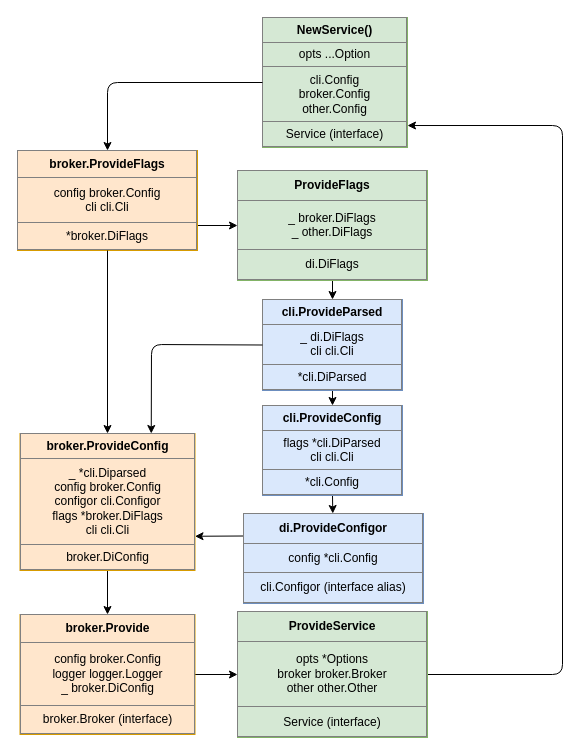
The draw.io diagram docs/wire/new_wire_di.dio in jochumdev/microwire, before the edit. Source tidied: cells renumbered, new cells numbered last; positions are measured from the earlier drawing's top-left corner, leaving out a move shared by most shapes. Both pictures are drawn from the tidied source at 100%, with x=0, y=0 at pixel (17, 17).
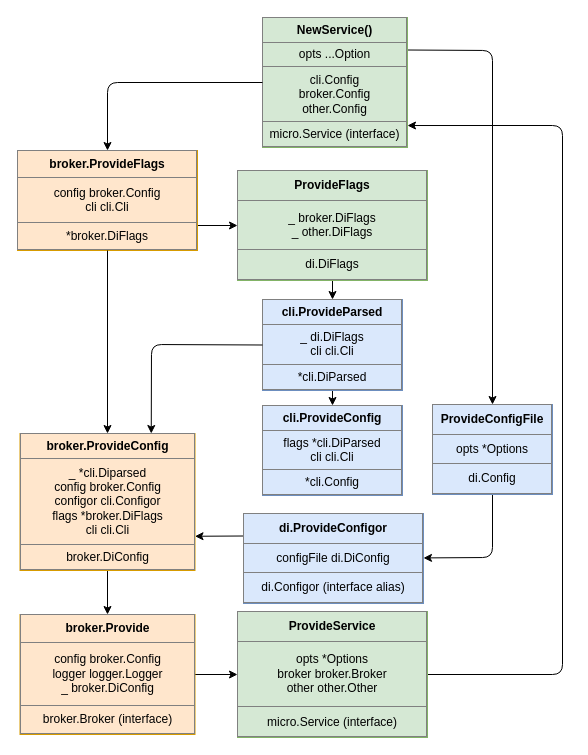
Above is the later version.

Commit message (it also covers changes not shown here):
(docs): Update new_wire Diagram

The edit, as a diff of the source:
```diff
@@
+    <mxCell id="22" style="edgeStyle=none;html=1;exitX=1;exitY=0.25;exitDx=0;exitDy=0;entryX=0.5;entryY=0;entryDx=0;entryDy=0;" parent="1" edge="1" source="2" target="20">
+      <mxGeometry relative="1" as="geometry">
+        <Array as="points">
+          <mxPoint x="475" y="33" />
+        </Array>
+      </mxGeometry>
+    </mxCell>
-    <mxCell id="2" value="&lt;table border=&quot;1&quot; width=&quot;100%&quot; height=&quot;100%&quot; cellpadding=&quot;4&quot; style=&quot;width: 100%; height: 100%; border-collapse: collapse;&quot;&gt;&lt;tbody&gt;&lt;tr&gt;&lt;th align=&quot;center&quot;&gt;&lt;b&gt;NewService()&lt;/b&gt;&lt;/th&gt;&lt;/tr&gt;&lt;tr&gt;&lt;td align=&quot;center&quot;&gt;opts ...Option&lt;/td&gt;&lt;/tr&gt;&lt;tr&gt;&lt;td align=&quot;center&quot;&gt;cli.Config&lt;br&gt;broker.Config&lt;br&gt;other.Config&lt;/td&gt;&lt;/tr&gt;&lt;tr&gt;&lt;td style=&quot;text-align: center;&quot;&gt;Service (interface)&lt;/td&gt;&lt;/tr&gt;&lt;/tbody&gt;&lt;/table&gt;" style="text;html=1;strokeColor=#82b366;fillColor=#d5e8d4;overflow=fill;" parent="1" vertex="1">
+    <mxCell id="2" value="&lt;table border=&quot;1&quot; width=&quot;100%&quot; height=&quot;100%&quot; cellpadding=&quot;4&quot; style=&quot;width: 100%; height: 100%; border-collapse: collapse;&quot;&gt;&lt;tbody&gt;&lt;tr&gt;&lt;th align=&quot;center&quot;&gt;&lt;b&gt;NewService()&lt;/b&gt;&lt;/th&gt;&lt;/tr&gt;&lt;tr&gt;&lt;td align=&quot;center&quot;&gt;opts ...Option&lt;/td&gt;&lt;/tr&gt;&lt;tr&gt;&lt;td align=&quot;center&quot;&gt;cli.Config&lt;br&gt;broker.Config&lt;br&gt;other.Config&lt;/td&gt;&lt;/tr&gt;&lt;tr&gt;&lt;td style=&quot;text-align: center;&quot;&gt;micro.Service (interface)&lt;/td&gt;&lt;/tr&gt;&lt;/tbody&gt;&lt;/table&gt;" style="text;html=1;strokeColor=#82b366;fillColor=#d5e8d4;overflow=fill;" parent="1" vertex="1">
       <mxGeometry x="245" width="145" height="130" as="geometry" />
     </mxCell>
@@
-    <mxCell id="6" value="&lt;table border=&quot;1&quot; width=&quot;100%&quot; height=&quot;100%&quot; cellpadding=&quot;4&quot; style=&quot;width: 100%; height: 100%; border-collapse: collapse;&quot;&gt;&lt;tbody&gt;&lt;tr&gt;&lt;th align=&quot;center&quot;&gt;ProvideService&lt;/th&gt;&lt;/tr&gt;&lt;tr&gt;&lt;td align=&quot;center&quot;&gt;opts *Options&lt;br&gt;broker broker.Broker&lt;br&gt;other other.Other&lt;br&gt;&lt;/td&gt;&lt;/tr&gt;&lt;tr&gt;&lt;td align=&quot;center&quot;&gt;Service (interface)&lt;br&gt;&lt;/td&gt;&lt;/tr&gt;&lt;/tbody&gt;&lt;/table&gt;" style="text;html=1;strokeColor=#82b366;fillColor=#d5e8d4;overflow=fill;" parent="1" vertex="1">
+    <mxCell id="6" value="&lt;table border=&quot;1&quot; width=&quot;100%&quot; height=&quot;100%&quot; cellpadding=&quot;4&quot; style=&quot;width: 100%; height: 100%; border-collapse: collapse;&quot;&gt;&lt;tbody&gt;&lt;tr&gt;&lt;th align=&quot;center&quot;&gt;ProvideService&lt;/th&gt;&lt;/tr&gt;&lt;tr&gt;&lt;td align=&quot;center&quot;&gt;opts *Options&lt;br&gt;broker broker.Broker&lt;br&gt;other other.Other&lt;br&gt;&lt;/td&gt;&lt;/tr&gt;&lt;tr&gt;&lt;td align=&quot;center&quot;&gt;micro.Service (interface)&lt;br&gt;&lt;/td&gt;&lt;/tr&gt;&lt;/tbody&gt;&lt;/table&gt;" style="text;html=1;strokeColor=#82b366;fillColor=#d5e8d4;overflow=fill;" parent="1" vertex="1">
       <mxGeometry x="220" y="594" width="190" height="126" as="geometry" />
     </mxCell>
@@
-    <mxCell id="16" value="&lt;table border=&quot;1&quot; width=&quot;100%&quot; height=&quot;100%&quot; cellpadding=&quot;4&quot; style=&quot;width: 100%; height: 100%; border-collapse: collapse;&quot;&gt;&lt;tbody&gt;&lt;tr&gt;&lt;th align=&quot;center&quot;&gt;di.ProvideConfigor&lt;/th&gt;&lt;/tr&gt;&lt;tr&gt;&lt;td align=&quot;center&quot;&gt;config *cli.Config&lt;br&gt;&lt;/td&gt;&lt;/tr&gt;&lt;tr&gt;&lt;td align=&quot;center&quot;&gt;cli.Configor (interface alias)&lt;/td&gt;&lt;/tr&gt;&lt;/tbody&gt;&lt;/table&gt;" style="text;html=1;strokeColor=#6c8ebf;fillColor=#dae8fc;overflow=fill;" parent="1" vertex="1">
+    <mxCell id="16" value="&lt;table border=&quot;1&quot; width=&quot;100%&quot; height=&quot;100%&quot; cellpadding=&quot;4&quot; style=&quot;width: 100%; height: 100%; border-collapse: collapse;&quot;&gt;&lt;tbody&gt;&lt;tr&gt;&lt;th align=&quot;center&quot;&gt;di.ProvideConfigor&lt;/th&gt;&lt;/tr&gt;&lt;tr&gt;&lt;td align=&quot;center&quot;&gt;configFile di.DiConfig&lt;br&gt;&lt;/td&gt;&lt;/tr&gt;&lt;tr&gt;&lt;td align=&quot;center&quot;&gt;di.Configor (interface alias)&lt;/td&gt;&lt;/tr&gt;&lt;/tbody&gt;&lt;/table&gt;" style="text;html=1;strokeColor=#6c8ebf;fillColor=#dae8fc;overflow=fill;" parent="1" vertex="1">
       <mxGeometry x="226" y="496" width="180" height="90" as="geometry" />
     </mxCell>
@@
+    <mxCell id="21" value="&lt;table border=&quot;1&quot; width=&quot;100%&quot; height=&quot;100%&quot; cellpadding=&quot;4&quot; style=&quot;width: 100%; height: 100%; border-collapse: collapse;&quot;&gt;&lt;tbody&gt;&lt;tr&gt;&lt;th align=&quot;center&quot;&gt;cli.ProvideConfig&lt;/th&gt;&lt;/tr&gt;&lt;tr&gt;&lt;td align=&quot;center&quot;&gt;flags *cli.DiParsed&lt;br&gt;cli cli.Cli&lt;br&gt;&lt;/td&gt;&lt;/tr&gt;&lt;tr&gt;&lt;td align=&quot;center&quot;&gt;*cli.Config&lt;br&gt;&lt;/td&gt;&lt;/tr&gt;&lt;/tbody&gt;&lt;/table&gt;" style="text;html=1;strokeColor=#6c8ebf;fillColor=#dae8fc;overflow=fill;" parent="1" vertex="1">
+      <mxGeometry x="245" y="388" width="140" height="90" as="geometry" />
+    </mxCell>
+    <mxCell id="23" style="edgeStyle=none;html=1;exitX=0.5;exitY=1;exitDx=0;exitDy=0;" parent="1" edge="1" source="20" target="16">
+      <mxGeometry relative="1" as="geometry">
+        <Array as="points">
+          <mxPoint x="475" y="540" />
+        </Array>
+      </mxGeometry>
+    </mxCell>
-    <mxCell id="20" style="edgeStyle=none;html=1;exitX=0.5;exitY=1;exitDx=0;exitDy=0;" parent="1" edge="1" source="21" target="16">
-      <mxGeometry relative="1" as="geometry" />
+    <mxCell id="20" value="&lt;table border=&quot;1&quot; width=&quot;100%&quot; height=&quot;100%&quot; cellpadding=&quot;4&quot; style=&quot;width: 100%; height: 100%; border-collapse: collapse;&quot;&gt;&lt;tbody&gt;&lt;tr&gt;&lt;th align=&quot;center&quot;&gt;ProvideConfigFile&lt;/th&gt;&lt;/tr&gt;&lt;tr&gt;&lt;td align=&quot;center&quot;&gt;opts *Options&lt;br&gt;&lt;/td&gt;&lt;/tr&gt;&lt;tr&gt;&lt;td align=&quot;center&quot;&gt;di.Config&lt;/td&gt;&lt;/tr&gt;&lt;/tbody&gt;&lt;/table&gt;" style="text;html=1;strokeColor=#6c8ebf;fillColor=#dae8fc;overflow=fill;" parent="1" vertex="1">
+      <mxGeometry x="415" y="387" width="120" height="90" as="geometry" />
     </mxCell>
-    <mxCell id="21" value="&lt;table border=&quot;1&quot; width=&quot;100%&quot; height=&quot;100%&quot; cellpadding=&quot;4&quot; style=&quot;width: 100%; height: 100%; border-collapse: collapse;&quot;&gt;&lt;tbody&gt;&lt;tr&gt;&lt;th align=&quot;center&quot;&gt;cli.ProvideConfig&lt;/th&gt;&lt;/tr&gt;&lt;tr&gt;&lt;td align=&quot;center&quot;&gt;flags *cli.DiParsed&lt;br&gt;cli cli.Cli&lt;br&gt;&lt;/td&gt;&lt;/tr&gt;&lt;tr&gt;&lt;td align=&quot;center&quot;&gt;*cli.Config&lt;br&gt;&lt;/td&gt;&lt;/tr&gt;&lt;/tbody&gt;&lt;/table&gt;" style="text;html=1;strokeColor=#6c8ebf;fillColor=#dae8fc;overflow=fill;" parent="1" vertex="1">
-      <mxGeometry x="245" y="388" width="140" height="90" as="geometry" />
-    </mxCell>
```
